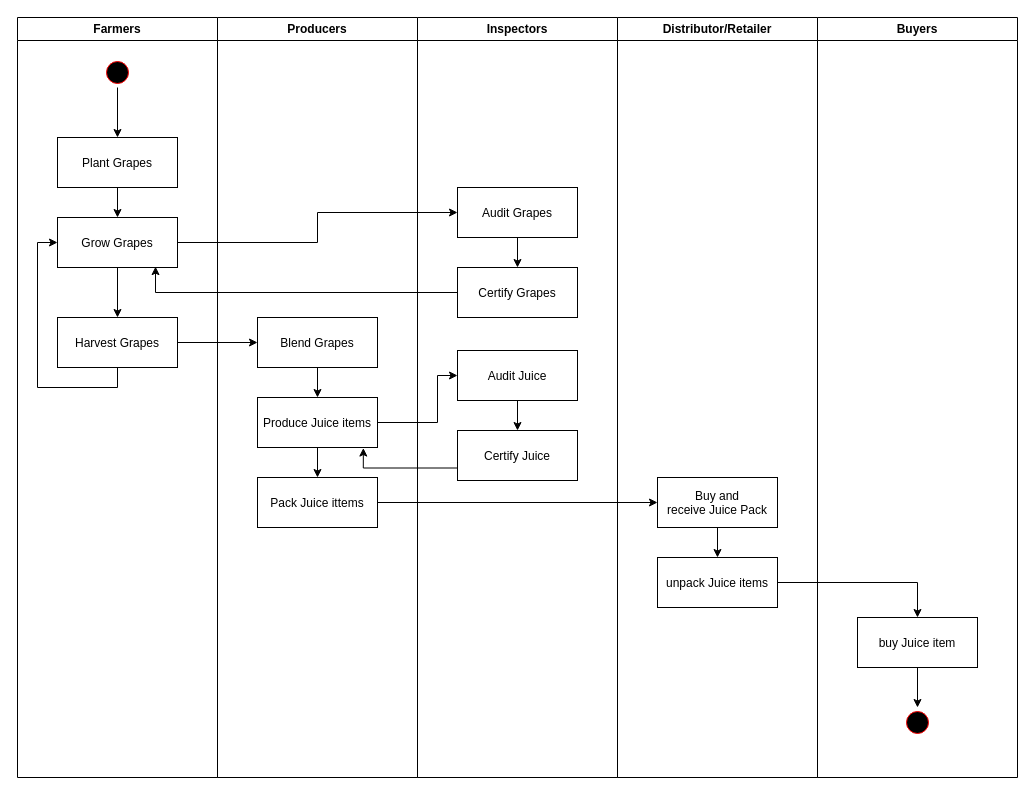
Before: project_3_Dapp_Supply_Chain/docs/uml_activity.drawio in lucribas/udacity-blockchaindev-nanodegree, a draw.io diagram. Source tidied: cells renumbered, new cells numbered last; positions are measured from the earlier drawing's top-left corner, leaving out a move shared by most shapes. Both pictures are drawn from the tidied source at 100%, with x=0, y=0 at pixel (17, 17).
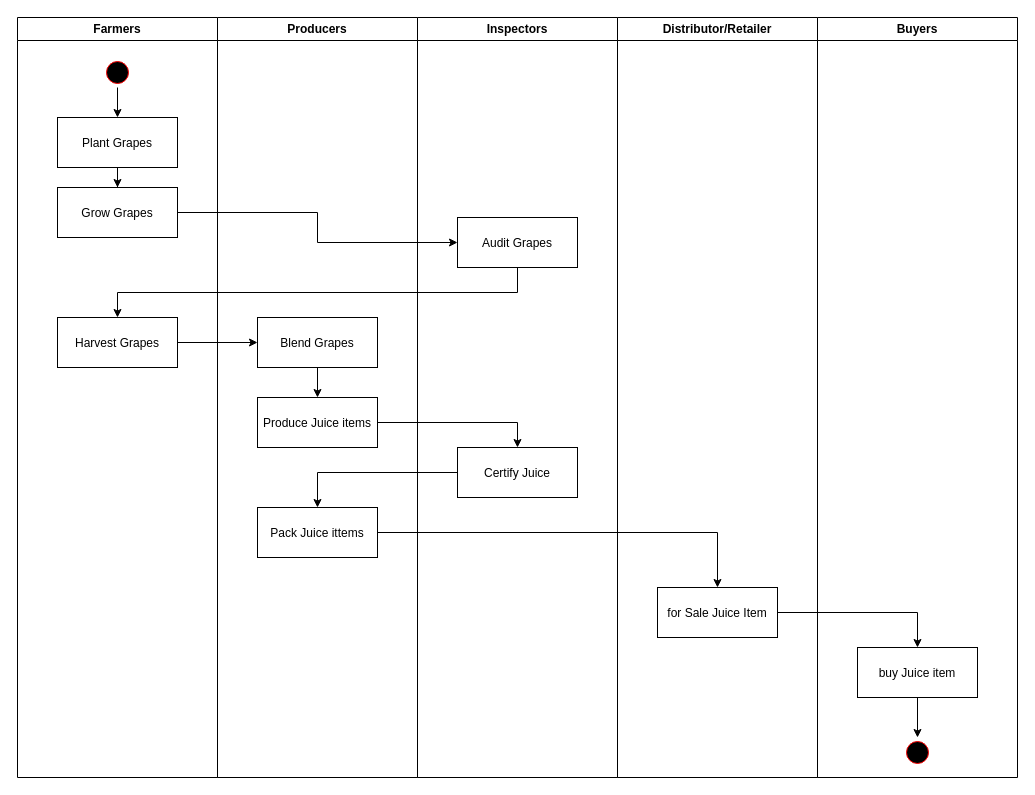
After the change.

Commit message (it also covers changes not shown here):
[Dapp Supply Chain] fixed Readme and UML and Sequence diagrams

Unchanged cells that the change refers to:
```xml
<mxCell id="2" value="Farmers" style="swimlane;whiteSpace=wrap;" parent="1" vertex="1">
  <mxGeometry width="200" height="760" as="geometry" />
</mxCell>
<mxCell id="9" value="Harvest Grapes" parent="2" vertex="1">
  <mxGeometry x="40" y="300" width="120" height="50" as="geometry" />
</mxCell>
<mxCell id="11" value="Producers" style="swimlane;whiteSpace=wrap;" parent="1" vertex="1">
  <mxGeometry x="200" width="200" height="760" as="geometry" />
</mxCell>
<mxCell id="13" value="Produce Juice items" parent="11" vertex="1">
  <mxGeometry x="40" y="380" width="120" height="50" as="geometry" />
</mxCell>
<mxCell id="17" value="Inspectors" style="swimlane;whiteSpace=wrap;" parent="1" vertex="1">
  <mxGeometry x="400" width="200" height="760" as="geometry" />
</mxCell>
<mxCell id="24" value="Distributor/Retailer" style="swimlane;whiteSpace=wrap;" parent="1" vertex="1">
  <mxGeometry x="600" width="200" height="760" as="geometry" />
</mxCell>
<mxCell id="28" value="Buyers" style="swimlane;whiteSpace=wrap;" parent="1" vertex="1">
  <mxGeometry x="800" width="200" height="760" as="geometry" />
</mxCell>
```

Diff of the diagram source:
```diff
@@
     <mxCell id="5" value="Plant Grapes" parent="2" vertex="1">
-      <mxGeometry x="40" y="120" width="120" height="50" as="geometry" />
+      <mxGeometry x="40" y="100" width="120" height="50" as="geometry" />
     </mxCell>
     <mxCell id="6" value="Grow Grapes" parent="2" vertex="1">
-      <mxGeometry x="40" y="200" width="120" height="50" as="geometry" />
+      <mxGeometry x="40" y="170" width="120" height="50" as="geometry" />
     </mxCell>
@@
-    <mxCell id="8" style="edgeStyle=orthogonalEdgeStyle;rounded=0;jettySize=auto;html=1;exitX=0.5;exitY=1;exitDx=0;exitDy=0;entryX=0;entryY=0.5;entryDx=0;entryDy=0;" parent="2" edge="1" source="9" target="6">
-      <mxGeometry relative="1" as="geometry" />
-    </mxCell>
@@
-    <mxCell id="10" style="edgeStyle=orthogonalEdgeStyle;rounded=0;jettySize=auto;html=1;" parent="2" edge="1" source="6" target="9">
-      <mxGeometry relative="1" as="geometry" />
-    </mxCell>
@@
     <mxCell id="15" value="Pack Juice ittems" parent="11" vertex="1">
-      <mxGeometry x="40" y="460" width="120" height="50" as="geometry" />
+      <mxGeometry x="40" y="490" width="120" height="50" as="geometry" />
     </mxCell>
-    <mxCell id="16" style="edgeStyle=orthogonalEdgeStyle;rounded=0;jettySize=auto;html=1;" parent="11" edge="1" source="13" target="15">
-      <mxGeometry relative="1" as="geometry" />
-    </mxCell>
@@
     <mxCell id="18" value="Audit Grapes" parent="17" vertex="1">
-      <mxGeometry x="40" y="170" width="120" height="50" as="geometry" />
+      <mxGeometry x="40" y="200" width="120" height="50" as="geometry" />
     </mxCell>
-    <mxCell id="19" value="Certify Grapes" parent="17" vertex="1">
-      <mxGeometry x="40" y="250" width="120" height="50" as="geometry" />
-    </mxCell>
-    <mxCell id="20" style="edgeStyle=orthogonalEdgeStyle;rounded=0;jettySize=auto;html=1;" parent="17" edge="1" source="18" target="19">
-      <mxGeometry relative="1" as="geometry" />
-    </mxCell>
     <mxCell id="21" value="Certify Juice" parent="17" vertex="1">
-      <mxGeometry x="40" y="413" width="120" height="50" as="geometry" />
+      <mxGeometry x="40" y="430" width="120" height="50" as="geometry" />
     </mxCell>
-    <mxCell id="22" style="edgeStyle=orthogonalEdgeStyle;rounded=0;jettySize=auto;html=1;exitX=0.5;exitY=1;exitDx=0;exitDy=0;entryX=0.5;entryY=0;entryDx=0;entryDy=0;" parent="17" edge="1" source="23" target="21">
-      <mxGeometry relative="1" as="geometry" />
-    </mxCell>
-    <mxCell id="23" value="Audit Juice" parent="17" vertex="1">
-      <mxGeometry x="40" y="333" width="120" height="50" as="geometry" />
-    </mxCell>
@@
-    <mxCell id="25" style="edgeStyle=orthogonalEdgeStyle;rounded=0;jettySize=auto;html=1;" parent="24" edge="1" source="26" target="27">
-      <mxGeometry relative="1" as="geometry" />
-    </mxCell>
-    <mxCell id="26" value="Buy and&#10;receive Juice Pack" parent="24" vertex="1">
-      <mxGeometry x="40" y="460" width="120" height="50" as="geometry" />
-    </mxCell>
-    <mxCell id="27" value="unpack Juice items" parent="24" vertex="1">
-      <mxGeometry x="40" y="540" width="120" height="50" as="geometry" />
+    <mxCell id="27" value="for Sale Juice Item" parent="24" vertex="1">
+      <mxGeometry x="40" y="570" width="120" height="50" as="geometry" />
     </mxCell>
@@
     <mxCell id="29" value="buy Juice item" parent="28" vertex="1">
-      <mxGeometry x="40" y="600" width="120" height="50" as="geometry" />
+      <mxGeometry x="40" y="630" width="120" height="50" as="geometry" />
     </mxCell>
@@
-    <mxCell id="31" style="edgeStyle=orthogonalEdgeStyle;rounded=0;jettySize=auto;html=1;" parent="1" edge="1" source="15" target="26">
+    <mxCell id="31" style="edgeStyle=orthogonalEdgeStyle;rounded=0;jettySize=auto;html=1;entryX=0.5;entryY=0;entryDx=0;entryDy=0;" parent="1" edge="1" source="15" target="27">
       <mxGeometry relative="1" as="geometry" />
     </mxCell>
@@
-    <mxCell id="33" style="edgeStyle=orthogonalEdgeStyle;rounded=0;jettySize=auto;html=1;exitX=0;exitY=0.5;exitDx=0;exitDy=0;entryX=0.817;entryY=0.983;entryDx=0;entryDy=0;entryPerimeter=0;" parent="1" edge="1" source="19" target="6">
+    <mxCell id="33" style="edgeStyle=orthogonalEdgeStyle;rounded=0;jettySize=auto;html=1;exitX=0.5;exitY=1;exitDx=0;exitDy=0;entryX=0.5;entryY=0;entryDx=0;entryDy=0;" parent="1" edge="1" source="18" target="9">
       <mxGeometry relative="1" as="geometry" />
     </mxCell>
@@
     <mxCell id="36" style="ellipse;shape=startState;fillColor=#000000;strokeColor=#ff0000;" parent="1" vertex="1">
-      <mxGeometry x="885" y="690" width="30" height="30" as="geometry" />
+      <mxGeometry x="885" y="720" width="30" height="30" as="geometry" />
     </mxCell>
-    <mxCell id="37" style="edgeStyle=orthogonalEdgeStyle;rounded=0;jettySize=auto;html=1;exitX=1;exitY=0.5;exitDx=0;exitDy=0;entryX=0;entryY=0.5;entryDx=0;entryDy=0;" parent="1" edge="1" source="13" target="23">
-      <mxGeometry relative="1" as="geometry">
-        <Array as="points">
-          <mxPoint x="420" y="405" />
-          <mxPoint x="420" y="358" />
-        </Array>
-      </mxGeometry>
-    </mxCell>
-    <mxCell id="38" style="edgeStyle=orthogonalEdgeStyle;rounded=0;jettySize=auto;html=1;exitX=0;exitY=0.75;exitDx=0;exitDy=0;entryX=0.882;entryY=1.011;entryDx=0;entryDy=0;entryPerimeter=0;" parent="1" edge="1" source="21" target="13">
-      <mxGeometry relative="1" as="geometry" />
-    </mxCell>
+    <mxCell id="39" style="edgeStyle=orthogonalEdgeStyle;rounded=0;jettySize=auto;html=1;exitX=1;exitY=0.5;exitDx=0;exitDy=0;entryX=0.5;entryY=0;entryDx=0;entryDy=0;" parent="1" edge="1" source="13" target="21">
+      <mxGeometry relative="1" as="geometry" />
+    </mxCell>
+    <mxCell id="40" style="edgeStyle=orthogonalEdgeStyle;rounded=0;jettySize=auto;html=1;exitX=0;exitY=0.5;exitDx=0;exitDy=0;" parent="1" edge="1" source="21" target="15">
+      <mxGeometry relative="1" as="geometry" />
+    </mxCell>
```
